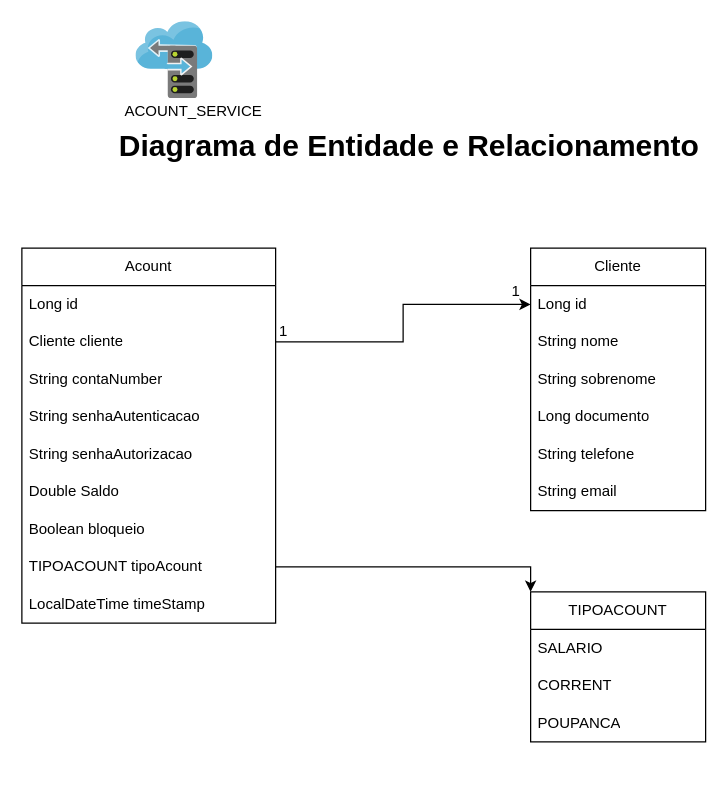
Earlier version of the draw.io diagram page "DIagrama Acount_Service Nível 3" (3 of 8) of Documentação/Diagrama de funcionamento.drawio (marcelquin/BancoFake). Source tidied: cells renumbered, new cells numbered last; positions are measured from the earlier drawing's top-left corner, leaving out a move shared by most shapes. Both pictures are drawn from the tidied source at 125%, with x=0, y=0 at pixel (21, 21).
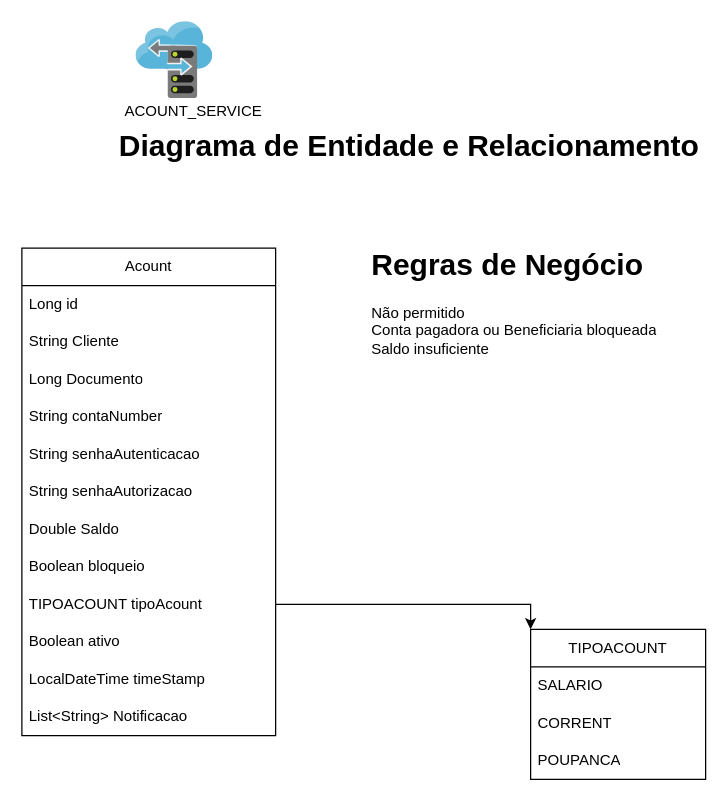
The same page after the edit.

Change to the diagram source:
```diff
@@
     <mxCell id="5" value="Acount" style="swimlane;fontStyle=0;horizontal=1;startSize=30;whiteSpace=wrap;html=1;" parent="1" vertex="1">
-      <mxGeometry y="181" width="203" height="300" as="geometry" />
+      <mxGeometry y="181" width="203" height="390" as="geometry" />
     </mxCell>
@@
-    <mxCell id="7" value="Cliente cliente" style="text;strokeColor=none;fillColor=none;align=left;verticalAlign=middle;spacingLeft=4;spacingRight=4;overflow=hidden;points=[[0,0.5],[1,0.5]];portConstraint=eastwest;whiteSpace=wrap;html=1;" parent="5" vertex="1">
+    <mxCell id="7" value="String Cliente" style="text;strokeColor=none;fillColor=none;align=left;verticalAlign=middle;spacingLeft=4;spacingRight=4;overflow=hidden;points=[[0,0.5],[1,0.5]];portConstraint=eastwest;whiteSpace=wrap;html=1;" parent="5" vertex="1">
       <mxGeometry y="60" width="203" height="30" as="geometry" />
     </mxCell>
+    <mxCell id="31" value="Long Documento" style="text;strokeColor=none;fillColor=none;align=left;verticalAlign=middle;spacingLeft=4;spacingRight=4;overflow=hidden;whiteSpace=wrap;html=1;" parent="5" vertex="1">
+      <mxGeometry y="90" width="203" height="30" as="geometry" />
+    </mxCell>
     <mxCell id="8" value="String contaNumber" style="text;strokeColor=none;fillColor=none;align=left;verticalAlign=middle;spacingLeft=4;spacingRight=4;overflow=hidden;whiteSpace=wrap;html=1;" parent="5" vertex="1">
-      <mxGeometry y="90" width="203" height="30" as="geometry" />
+      <mxGeometry y="120" width="203" height="30" as="geometry" />
     </mxCell>
     <mxCell id="9" value="String senhaAutenticacao" style="text;strokeColor=none;fillColor=none;align=left;verticalAlign=middle;spacingLeft=4;spacingRight=4;overflow=hidden;whiteSpace=wrap;html=1;" parent="5" vertex="1">
-      <mxGeometry y="120" width="203" height="30" as="geometry" />
+      <mxGeometry y="150" width="203" height="30" as="geometry" />
     </mxCell>
     <mxCell id="10" value="String senhaAutorizacao" style="text;strokeColor=none;fillColor=none;align=left;verticalAlign=middle;spacingLeft=4;spacingRight=4;overflow=hidden;whiteSpace=wrap;html=1;" parent="5" vertex="1">
-      <mxGeometry y="150" width="203" height="30" as="geometry" />
+      <mxGeometry y="180" width="203" height="30" as="geometry" />
     </mxCell>
     <mxCell id="11" value="Double Saldo" style="text;strokeColor=none;fillColor=none;align=left;verticalAlign=middle;spacingLeft=4;spacingRight=4;overflow=hidden;whiteSpace=wrap;html=1;" parent="5" vertex="1">
-      <mxGeometry y="180" width="203" height="30" as="geometry" />
+      <mxGeometry y="210" width="203" height="30" as="geometry" />
     </mxCell>
     <mxCell id="12" value="Boolean bloqueio" style="text;strokeColor=none;fillColor=none;align=left;verticalAlign=middle;spacingLeft=4;spacingRight=4;overflow=hidden;whiteSpace=wrap;html=1;" parent="5" vertex="1">
-      <mxGeometry y="210" width="203" height="30" as="geometry" />
+      <mxGeometry y="240" width="203" height="30" as="geometry" />
     </mxCell>
     <mxCell id="13" value="TIPOACOUNT tipoAcount" style="text;strokeColor=none;fillColor=none;align=left;verticalAlign=middle;spacingLeft=4;spacingRight=4;overflow=hidden;points=[[0,0.5],[1,0.5]];portConstraint=eastwest;whiteSpace=wrap;html=1;" parent="5" vertex="1">
-      <mxGeometry y="240" width="203" height="30" as="geometry" />
+      <mxGeometry y="270" width="203" height="30" as="geometry" />
     </mxCell>
+    <mxCell id="32" value="Boolean ativo" style="text;strokeColor=none;fillColor=none;align=left;verticalAlign=middle;spacingLeft=4;spacingRight=4;overflow=hidden;whiteSpace=wrap;html=1;" parent="5" vertex="1">
+      <mxGeometry y="300" width="203" height="30" as="geometry" />
+    </mxCell>
     <mxCell id="14" value="LocalDateTime timeStamp" style="text;strokeColor=none;fillColor=none;align=left;verticalAlign=middle;spacingLeft=4;spacingRight=4;overflow=hidden;whiteSpace=wrap;html=1;" parent="5" vertex="1">
-      <mxGeometry y="270" width="203" height="30" as="geometry" />
+      <mxGeometry y="330" width="203" height="30" as="geometry" />
     </mxCell>
-    <mxCell id="15" value="Cliente" style="swimlane;fontStyle=0;horizontal=1;startSize=30;whiteSpace=wrap;html=1;" parent="1" vertex="1">
-      <mxGeometry x="407" y="181" width="140" height="210" as="geometry" />
-    </mxCell>
-    <mxCell id="16" value="Long id" style="text;strokeColor=none;fillColor=none;align=left;verticalAlign=middle;spacingLeft=4;spacingRight=4;overflow=hidden;points=[[0,0.5],[1,0.5]];portConstraint=eastwest;whiteSpace=wrap;html=1;" parent="15" vertex="1">
-      <mxGeometry y="30" width="140" height="30" as="geometry" />
-    </mxCell>
-    <mxCell id="17" value="String nome" style="text;strokeColor=none;fillColor=none;align=left;verticalAlign=middle;spacingLeft=4;spacingRight=4;overflow=hidden;whiteSpace=wrap;html=1;" parent="15" vertex="1">
-      <mxGeometry y="60" width="140" height="30" as="geometry" />
-    </mxCell>
-    <mxCell id="18" value="String sobrenome" style="text;strokeColor=none;fillColor=none;align=left;verticalAlign=middle;spacingLeft=4;spacingRight=4;overflow=hidden;whiteSpace=wrap;html=1;" parent="15" vertex="1">
-      <mxGeometry y="90" width="140" height="30" as="geometry" />
-    </mxCell>
-    <mxCell id="19" value="Long documento" style="text;strokeColor=none;fillColor=none;align=left;verticalAlign=middle;spacingLeft=4;spacingRight=4;overflow=hidden;whiteSpace=wrap;html=1;" parent="15" vertex="1">
-      <mxGeometry y="120" width="140" height="30" as="geometry" />
-    </mxCell>
-    <mxCell id="20" value="String telefone" style="text;strokeColor=none;fillColor=none;align=left;verticalAlign=middle;spacingLeft=4;spacingRight=4;overflow=hidden;whiteSpace=wrap;html=1;" parent="15" vertex="1">
-      <mxGeometry y="150" width="140" height="30" as="geometry" />
-    </mxCell>
-    <mxCell id="21" value="String email" style="text;strokeColor=none;fillColor=none;align=left;verticalAlign=middle;spacingLeft=4;spacingRight=4;overflow=hidden;whiteSpace=wrap;html=1;" parent="15" vertex="1">
-      <mxGeometry y="180" width="140" height="30" as="geometry" />
-    </mxCell>
-    <mxCell id="22" style="edgeStyle=orthogonalEdgeStyle;rounded=0;jettySize=auto;html=1;exitX=1;exitY=0.5;exitDx=0;exitDy=0;entryX=0;entryY=0.5;entryDx=0;entryDy=0;" parent="1" edge="1" source="7" target="16">
-      <mxGeometry relative="1" as="geometry" />
-    </mxCell>
-    <mxCell id="23" value="1" style="text;html=1;align=center;verticalAlign=middle;strokeColor=none;fillColor=none;" parent="1" vertex="1">
-      <mxGeometry x="196" y="235" width="25" height="26" as="geometry" />
-    </mxCell>
-    <mxCell id="24" value="1" style="text;html=1;align=center;verticalAlign=middle;strokeColor=none;fillColor=none;" parent="1" vertex="1">
-      <mxGeometry x="382" y="203" width="25" height="26" as="geometry" />
-    </mxCell>
+    <mxCell id="33" value="List&amp;lt;String&amp;gt; Notificacao" style="text;strokeColor=none;fillColor=none;align=left;verticalAlign=middle;spacingLeft=4;spacingRight=4;overflow=hidden;whiteSpace=wrap;html=1;" parent="5" vertex="1">
+      <mxGeometry y="360" width="203" height="30" as="geometry" />
+    </mxCell>
@@
     <mxCell id="26" value="TIPOACOUNT" style="swimlane;fontStyle=0;horizontal=1;startSize=30;whiteSpace=wrap;html=1;" parent="1" vertex="1">
-      <mxGeometry x="407" y="456" width="140" height="120" as="geometry" />
+      <mxGeometry x="407" y="486" width="140" height="120" as="geometry" />
     </mxCell>
@@
+    <mxCell id="34" value="&lt;h1 style=&quot;margin-top: 0px;&quot;&gt;Regras de Negócio&lt;/h1&gt;&lt;div&gt;Não permitido&lt;/div&gt;&lt;div&gt;Conta pagadora ou Beneficiaria bloqueada&lt;/div&gt;&lt;div&gt;Saldo insuficiente&lt;/div&gt;" style="text;html=1;whiteSpace=wrap;overflow=hidden;rounded=0;" parent="1" vertex="1">
+      <mxGeometry x="278" y="174" width="269" height="120" as="geometry" />
+    </mxCell>
```
